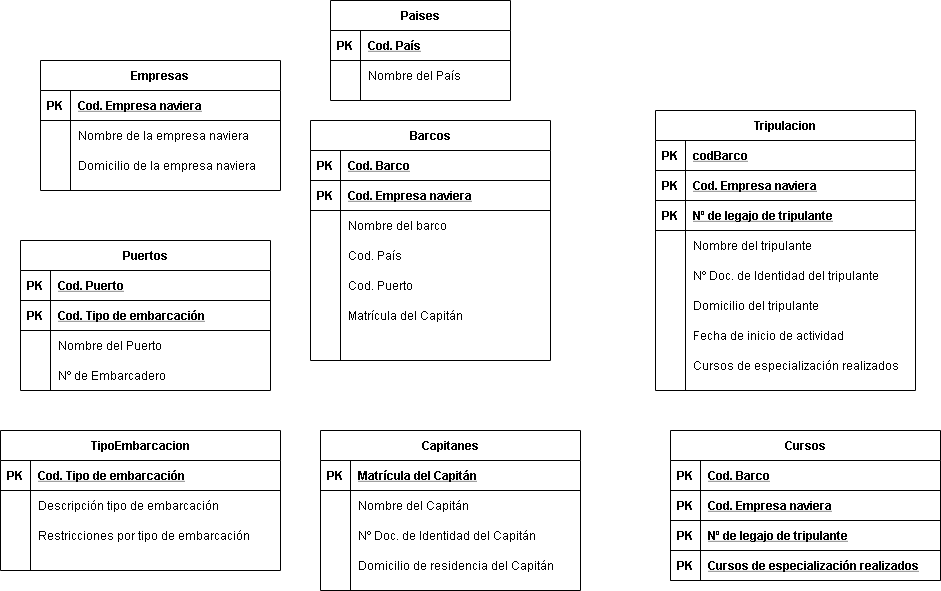
RailGun15/BaseDeDatos-UTN keeps this draw.io diagram as barcos.png. Above is the earlier version. Source tidied: cells renumbered, new cells last; positions are measured from the earlier drawing's top-left corner, leaving out a move shared by most shapes.
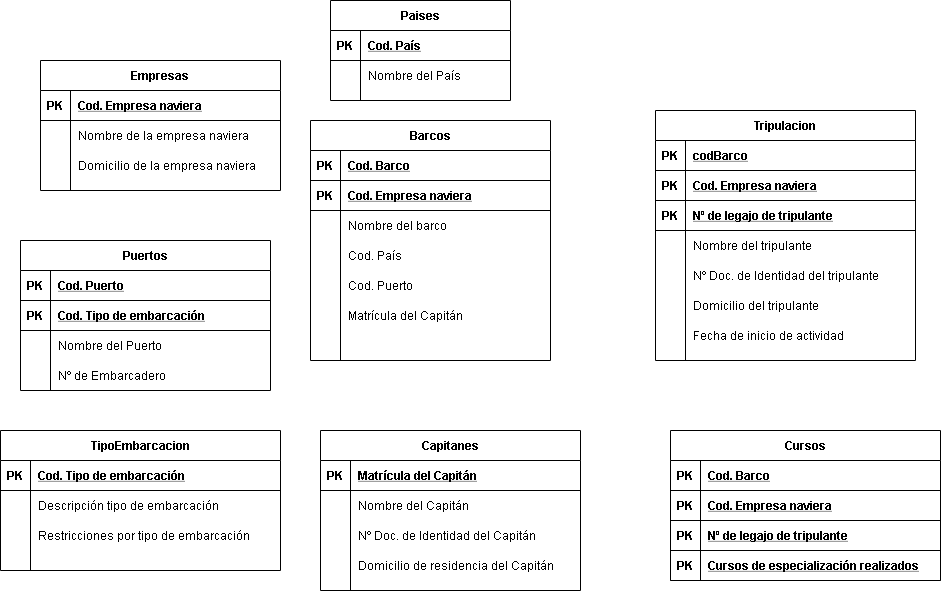
The same diagram one commit later.

What changed in the source:
```diff
@@ -3,7 +3,7 @@
     <mxCell id="0" />
     <mxCell id="1" parent="0" />
     <mxCell id="2" value="Tripulacion" style="shape=table;startSize=30;rowLines=0;fontStyle=1;align=center;" parent="1" vertex="1">
-      <mxGeometry x="655" y="110" width="260" height="280" as="geometry" />
+      <mxGeometry x="655" y="110" width="260" height="250" as="geometry" />
     </mxCell>
     <mxCell id="3" style="shape=partialRectangle;fillColor=none;top=0;left=0;bottom=1;right=0;" parent="2" vertex="1">
       <mxGeometry y="30" width="260" height="30" as="geometry" />
@@ -68,15 +68,6 @@
     <mxCell id="23" value="Fecha de inicio de actividad" style="shape=partialRectangle;fillColor=none;top=0;left=0;bottom=0;right=0;align=left;spacingLeft=6;overflow=hidden;" parent="21" vertex="1">
       <mxGeometry x="30" width="230" height="30" as="geometry" />
     </mxCell>
-    <mxCell id="24" style="shape=partialRectangle;fillColor=none;top=0;left=0;bottom=0;right=0;strokeColor=#000000;" parent="2" vertex="1">
-      <mxGeometry y="240" width="260" height="30" as="geometry" />
-    </mxCell>
-    <mxCell id="25" style="shape=partialRectangle;fillColor=none;top=0;left=0;bottom=0;right=0;overflow=hidden;" parent="24" vertex="1">
-      <mxGeometry width="30" height="30" as="geometry" />
-    </mxCell>
-    <mxCell id="26" value="Cursos de especialización realizados" style="shape=partialRectangle;fillColor=none;top=0;left=0;bottom=0;right=0;align=left;spacingLeft=6;overflow=hidden;" parent="24" vertex="1">
-      <mxGeometry x="30" width="230" height="30" as="geometry" />
-    </mxCell>
     <mxCell id="27" value="Paises" style="shape=table;startSize=30;rowLines=0;fontStyle=1;align=center;" parent="1" vertex="1">
       <mxGeometry x="330" width="180" height="100" as="geometry" />
     </mxCell>
```
